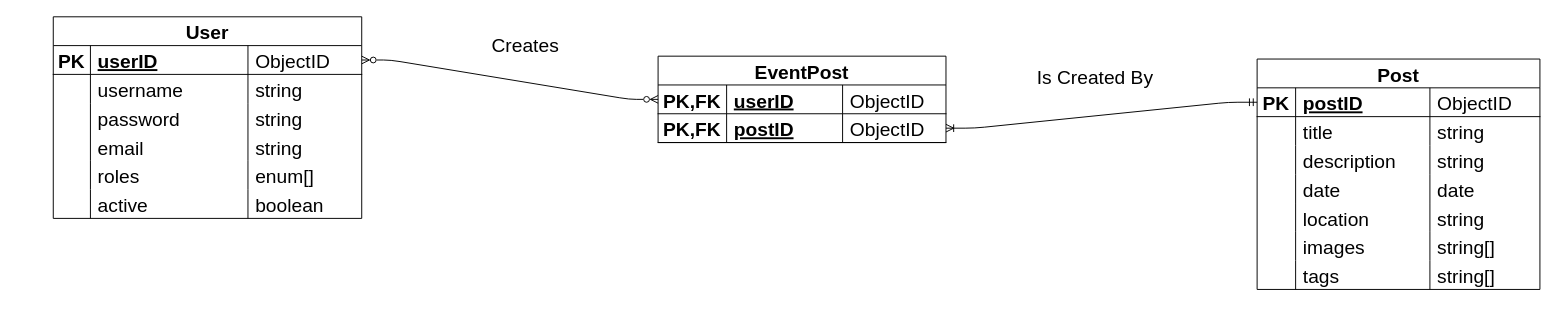
Before: _resources/ERD.drawio in ubcdsci/ubcdsci_website_ts, a draw.io diagram. Source tidied: cells renumbered, new cells numbered last; positions are measured from the earlier drawing's top-left corner, leaving out a move shared by most shapes. Both pictures are drawn from the tidied source at 96%, with x=0, y=0 at pixel (53, 16).
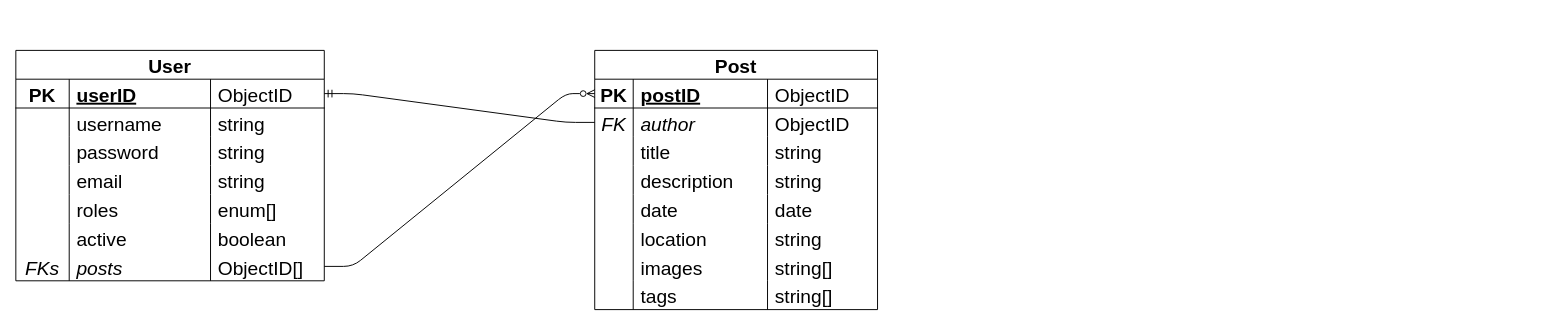
Above is the later version.

The change refers to these unchanged cells:
```xml
<mxCell id="3" style="shape=tableRow;horizontal=0;startSize=0;swimlaneHead=0;swimlaneBody=0;fillColor=none;points=[[0,0.5],[1,0.5]];portConstraint=eastwest;top=0;left=0;right=0;bottom=1;fontSize=20;" parent="2" vertex="1">
  <mxGeometry y="30" width="321.3" height="30" as="geometry" />
</mxCell>
<mxCell id="7" style="shape=tableRow;horizontal=0;startSize=0;swimlaneHead=0;swimlaneBody=0;fillColor=none;top=0;left=0;right=0;bottom=0;fontSize=20;" parent="2" vertex="1">
  <mxGeometry y="60" width="321.3" height="30" as="geometry" />
</mxCell>
<mxCell id="11" style="shape=tableRow;horizontal=0;startSize=0;swimlaneHead=0;swimlaneBody=0;fillColor=none;top=0;left=0;right=0;bottom=0;fontSize=20;" parent="2" vertex="1">
  <mxGeometry y="90" width="321.3" height="30" as="geometry" />
</mxCell>
<mxCell id="15" style="shape=tableRow;horizontal=0;startSize=0;swimlaneHead=0;swimlaneBody=0;fillColor=none;top=0;left=0;right=0;bottom=0;fontSize=20;" parent="2" vertex="1">
  <mxGeometry y="120" width="321.3" height="30" as="geometry" />
</mxCell>
<mxCell id="19" style="shape=tableRow;horizontal=0;startSize=0;swimlaneHead=0;swimlaneBody=0;fillColor=none;top=0;left=0;right=0;bottom=0;fontSize=20;" parent="2" vertex="1">
  <mxGeometry y="150" width="321.3" height="30" as="geometry" />
</mxCell>
<mxCell id="23" style="shape=tableRow;horizontal=0;startSize=0;swimlaneHead=0;swimlaneBody=0;fillColor=none;top=0;left=0;right=0;bottom=0;fontSize=20;" parent="2" vertex="1">
  <mxGeometry y="180" width="321.3" height="30" as="geometry" />
</mxCell>
<mxCell id="28" style="shape=tableRow;horizontal=0;startSize=0;swimlaneHead=0;swimlaneBody=0;fillColor=none;points=[[0,0.5],[1,0.5]];portConstraint=eastwest;top=0;left=0;right=0;bottom=1;fontSize=20;" parent="27" vertex="1">
  <mxGeometry y="30" width="294.6" height="30" as="geometry" />
</mxCell>
```

The edit, as a diff of the source:
```diff
@@
     <mxCell id="2" value="User" style="shape=table;startSize=30;childLayout=tableLayout;rowLines=0;fontStyle=1;align=center;fontSize=20;" parent="1" vertex="1">
-      <mxGeometry width="321.3" height="210" as="geometry" />
+      <mxGeometry x="-39" y="35" width="321.3" height="240" as="geometry" />
     </mxCell>
@@
     <mxCell id="4" value="PK" style="shape=partialRectangle;fillColor=none;top=0;left=0;bottom=0;right=0;fontStyle=1;overflow=hidden;fontSize=20;" parent="3" vertex="1">
-      <mxGeometry width="38.7" height="30" as="geometry" />
+      <mxGeometry width="55.6" height="30" as="geometry" />
     </mxCell>
     <mxCell id="5" value="userID" style="shape=partialRectangle;fillColor=none;top=0;left=0;bottom=0;right=0;align=left;spacingLeft=6;fontStyle=5;overflow=hidden;fontSize=20;" parent="3" vertex="1">
-      <mxGeometry x="38.7" width="164.1" height="30" as="geometry" />
+      <mxGeometry x="55.6" width="147.2" height="30" as="geometry" />
     </mxCell>
@@
     <mxCell id="8" style="shape=partialRectangle;fillColor=none;top=0;left=0;bottom=0;right=0;overflow=hidden;fontSize=20;" parent="7" vertex="1">
-      <mxGeometry width="38.7" height="30" as="geometry" />
+      <mxGeometry width="55.6" height="30" as="geometry" />
     </mxCell>
     <mxCell id="9" value="username" style="shape=partialRectangle;fillColor=none;top=0;left=0;bottom=0;right=0;align=left;spacingLeft=6;overflow=hidden;fontSize=20;" parent="7" vertex="1">
-      <mxGeometry x="38.7" width="164.1" height="30" as="geometry" />
+      <mxGeometry x="55.6" width="147.2" height="30" as="geometry" />
     </mxCell>
@@
     <mxCell id="12" style="shape=partialRectangle;fillColor=none;top=0;left=0;bottom=0;right=0;overflow=hidden;fontSize=20;" parent="11" vertex="1">
-      <mxGeometry width="38.7" height="30" as="geometry" />
+      <mxGeometry width="55.6" height="30" as="geometry" />
     </mxCell>
     <mxCell id="13" value="password" style="shape=partialRectangle;fillColor=none;top=0;left=0;bottom=0;right=0;align=left;spacingLeft=6;overflow=hidden;fontSize=20;" parent="11" vertex="1">
-      <mxGeometry x="38.7" width="164.1" height="30" as="geometry" />
+      <mxGeometry x="55.6" width="147.2" height="30" as="geometry" />
     </mxCell>
@@
     <mxCell id="16" style="shape=partialRectangle;fillColor=none;top=0;left=0;bottom=0;right=0;overflow=hidden;fontSize=20;" parent="15" vertex="1">
-      <mxGeometry width="38.7" height="30" as="geometry" />
+      <mxGeometry width="55.6" height="30" as="geometry" />
     </mxCell>
     <mxCell id="17" value="email" style="shape=partialRectangle;fillColor=none;top=0;left=0;bottom=0;right=0;align=left;spacingLeft=6;overflow=hidden;fontSize=20;" parent="15" vertex="1">
-      <mxGeometry x="38.7" width="164.1" height="30" as="geometry" />
+      <mxGeometry x="55.6" width="147.2" height="30" as="geometry" />
     </mxCell>
@@
     <mxCell id="20" style="shape=partialRectangle;fillColor=none;top=0;left=0;bottom=0;right=0;overflow=hidden;fontSize=20;" parent="19" vertex="1">
-      <mxGeometry width="38.7" height="30" as="geometry" />
+      <mxGeometry width="55.6" height="30" as="geometry" />
     </mxCell>
     <mxCell id="21" value="roles" style="shape=partialRectangle;fillColor=none;top=0;left=0;bottom=0;right=0;align=left;spacingLeft=6;overflow=hidden;fontSize=20;" parent="19" vertex="1">
-      <mxGeometry x="38.7" width="164.1" height="30" as="geometry" />
+      <mxGeometry x="55.6" width="147.2" height="30" as="geometry" />
     </mxCell>
@@
     <mxCell id="24" style="shape=partialRectangle;fillColor=none;top=0;left=0;bottom=0;right=0;overflow=hidden;fontSize=20;" parent="23" vertex="1">
-      <mxGeometry width="38.7" height="30" as="geometry" />
+      <mxGeometry width="55.6" height="30" as="geometry" />
     </mxCell>
     <mxCell id="25" value="active" style="shape=partialRectangle;fillColor=none;top=0;left=0;bottom=0;right=0;align=left;spacingLeft=6;overflow=hidden;fontSize=20;" parent="23" vertex="1">
-      <mxGeometry x="38.7" width="164.1" height="30" as="geometry" />
+      <mxGeometry x="55.6" width="147.2" height="30" as="geometry" />
     </mxCell>
@@
+    <mxCell id="69" style="shape=tableRow;horizontal=0;startSize=0;swimlaneHead=0;swimlaneBody=0;fillColor=none;points=[[0,0.5],[1,0.5]];portConstraint=eastwest;top=0;left=0;right=0;bottom=0;fontSize=20;" parent="2" vertex="1">
+      <mxGeometry y="210" width="321.3" height="30" as="geometry" />
+    </mxCell>
+    <mxCell id="70" value="FKs" style="shape=partialRectangle;fillColor=none;top=0;left=0;bottom=0;right=0;overflow=hidden;fontSize=20;fontStyle=2;" parent="69" vertex="1">
+      <mxGeometry width="55.6" height="30" as="geometry" />
+    </mxCell>
+    <mxCell id="71" value="posts" style="shape=partialRectangle;fillColor=none;top=0;left=0;bottom=0;right=0;align=left;spacingLeft=6;overflow=hidden;fontSize=20;fontStyle=2;" parent="69" vertex="1">
+      <mxGeometry x="55.6" width="147.2" height="30" as="geometry" />
+    </mxCell>
+    <mxCell id="72" value="ObjectID[]" style="shape=partialRectangle;fillColor=none;top=0;left=0;bottom=0;right=0;align=left;spacingLeft=6;overflow=hidden;fontSize=20;" parent="69" vertex="1">
+      <mxGeometry x="202.8" width="118.5" height="30" as="geometry" />
+    </mxCell>
     <mxCell id="27" value="Post" style="shape=table;startSize=30;childLayout=tableLayout;rowLines=0;fontStyle=1;align=center;fontSize=20;" parent="1" vertex="1">
-      <mxGeometry x="1254" y="44" width="294.6" height="240" as="geometry" />
+      <mxGeometry x="564" y="35" width="294.6" height="270" as="geometry" />
     </mxCell>
@@
+    <mxCell id="73" style="shape=tableRow;horizontal=0;startSize=0;swimlaneHead=0;swimlaneBody=0;fillColor=none;points=[[0,0.5],[1,0.5]];portConstraint=eastwest;top=0;left=0;right=0;bottom=0;fontSize=20;fontStyle=2;" parent="27" vertex="1">
+      <mxGeometry y="60" width="294.6" height="30" as="geometry" />
+    </mxCell>
+    <mxCell id="74" value="FK" style="shape=partialRectangle;fillColor=none;top=0;left=0;bottom=0;right=0;overflow=hidden;fontSize=20;fontStyle=2;" parent="73" vertex="1">
+      <mxGeometry width="40.1" height="30" as="geometry" />
+    </mxCell>
+    <mxCell id="75" value="author" style="shape=partialRectangle;fillColor=none;top=0;left=0;bottom=0;right=0;align=left;spacingLeft=6;overflow=hidden;fontSize=20;fontStyle=2;" parent="73" vertex="1">
+      <mxGeometry x="40.1" width="139.9" height="30" as="geometry" />
+    </mxCell>
+    <mxCell id="76" value="ObjectID" style="shape=partialRectangle;fillColor=none;top=0;left=0;bottom=0;right=0;align=left;spacingLeft=6;overflow=hidden;fontSize=20;" parent="73" vertex="1">
+      <mxGeometry x="180" width="114.6" height="30" as="geometry" />
+    </mxCell>
     <mxCell id="32" style="shape=tableRow;horizontal=0;startSize=0;swimlaneHead=0;swimlaneBody=0;fillColor=none;top=0;left=0;right=0;bottom=0;fontSize=20;" parent="27" vertex="1">
-      <mxGeometry y="60" width="294.6" height="30" as="geometry" />
+      <mxGeometry y="90" width="294.6" height="30" as="geometry" />
     </mxCell>
@@
     <mxCell id="36" style="shape=tableRow;horizontal=0;startSize=0;swimlaneHead=0;swimlaneBody=0;fillColor=none;top=0;left=0;right=0;bottom=0;fontSize=20;" parent="27" vertex="1">
-      <mxGeometry y="90" width="294.6" height="30" as="geometry" />
+      <mxGeometry y="120" width="294.6" height="30" as="geometry" />
     </mxCell>
@@
     <mxCell id="40" style="shape=tableRow;horizontal=0;startSize=0;swimlaneHead=0;swimlaneBody=0;fillColor=none;top=0;left=0;right=0;bottom=0;fontSize=20;" parent="27" vertex="1">
-      <mxGeometry y="120" width="294.6" height="30" as="geometry" />
+      <mxGeometry y="150" width="294.6" height="30" as="geometry" />
     </mxCell>
@@
     <mxCell id="44" style="shape=tableRow;horizontal=0;startSize=0;swimlaneHead=0;swimlaneBody=0;fillColor=none;top=0;left=0;right=0;bottom=0;fontSize=20;" parent="27" vertex="1">
-      <mxGeometry y="150" width="294.6" height="30" as="geometry" />
+      <mxGeometry y="180" width="294.6" height="30" as="geometry" />
     </mxCell>
@@
     <mxCell id="48" style="shape=tableRow;horizontal=0;startSize=0;swimlaneHead=0;swimlaneBody=0;fillColor=none;top=0;left=0;right=0;bottom=0;fontSize=20;" parent="27" vertex="1">
-      <mxGeometry y="180" width="294.6" height="30" as="geometry" />
+      <mxGeometry y="210" width="294.6" height="30" as="geometry" />
     </mxCell>
@@
     <mxCell id="52" style="shape=tableRow;horizontal=0;startSize=0;swimlaneHead=0;swimlaneBody=0;fillColor=none;top=0;left=0;right=0;bottom=0;fontSize=20;" parent="27" vertex="1">
-      <mxGeometry y="210" width="294.6" height="30" as="geometry" />
+      <mxGeometry y="240" width="294.6" height="30" as="geometry" />
     </mxCell>
@@
-    <mxCell id="56" value="EventPost" style="shape=table;startSize=30;childLayout=tableLayout;rowLines=0;fontStyle=1;align=center;fontSize=20;" parent="1" vertex="1">
-      <mxGeometry x="630" y="41" width="299.9" height="90" as="geometry" />
-    </mxCell>
-    <mxCell id="57" style="shape=tableRow;horizontal=0;startSize=0;swimlaneHead=0;swimlaneBody=0;fillColor=none;points=[[0,0.5],[1,0.5]];portConstraint=eastwest;top=0;left=0;right=0;bottom=1;fontSize=20;" parent="56" vertex="1">
-      <mxGeometry y="30" width="299.9" height="30" as="geometry" />
-    </mxCell>
-    <mxCell id="58" value="PK,FK" style="shape=partialRectangle;fillColor=none;top=0;left=0;bottom=0;right=0;fontStyle=1;overflow=hidden;fontSize=20;" parent="57" vertex="1">
-      <mxGeometry width="71.4" height="30" as="geometry" />
-    </mxCell>
-    <mxCell id="59" value="userID" style="shape=partialRectangle;fillColor=none;top=0;left=0;bottom=0;right=0;align=left;spacingLeft=6;fontStyle=5;overflow=hidden;fontSize=20;" parent="57" vertex="1">
-      <mxGeometry x="71.4" width="120.8" height="30" as="geometry" />
-    </mxCell>
-    <mxCell id="60" value="ObjectID" style="shape=partialRectangle;fillColor=none;top=0;left=0;bottom=0;right=0;align=left;spacingLeft=6;fontStyle=0;overflow=hidden;fontSize=20;" parent="57" vertex="1">
-      <mxGeometry x="192.2" width="107.7" height="30" as="geometry" />
-    </mxCell>
-    <mxCell id="61" style="shape=tableRow;horizontal=0;startSize=0;swimlaneHead=0;swimlaneBody=0;fillColor=none;points=[[0,0.5],[1,0.5]];portConstraint=eastwest;top=0;left=0;right=0;bottom=1;fontSize=20;" parent="56" vertex="1">
-      <mxGeometry y="60" width="299.9" height="30" as="geometry" />
-    </mxCell>
-    <mxCell id="62" value="PK,FK" style="shape=partialRectangle;fillColor=none;top=0;left=0;bottom=0;right=0;fontStyle=1;overflow=hidden;fontSize=20;" parent="61" vertex="1">
-      <mxGeometry width="71.4" height="30" as="geometry" />
-    </mxCell>
-    <mxCell id="63" value="postID" style="shape=partialRectangle;fillColor=none;top=0;left=0;bottom=0;right=0;align=left;spacingLeft=6;fontStyle=5;overflow=hidden;fontSize=20;" parent="61" vertex="1">
-      <mxGeometry x="71.4" width="120.8" height="30" as="geometry" />
-    </mxCell>
-    <mxCell id="64" value="ObjectID" style="shape=partialRectangle;fillColor=none;top=0;left=0;bottom=0;right=0;align=left;spacingLeft=6;fontStyle=0;overflow=hidden;fontSize=20;" parent="61" vertex="1">
-      <mxGeometry x="192.2" width="107.7" height="30" as="geometry" />
-    </mxCell>
-    <mxCell id="65" style="edgeStyle=entityRelationEdgeStyle;html=1;exitX=1;exitY=0.5;exitDx=0;exitDy=0;entryX=0;entryY=0.5;entryDx=0;entryDy=0;fontSize=20;endArrow=ERzeroToMany;endFill=0;elbow=vertical;startArrow=ERzeroToMany;startFill=0;strokeWidth=1;" parent="1" edge="1" source="3" target="57">
-      <mxGeometry relative="1" as="geometry" />
-    </mxCell>
-    <mxCell id="66" style="edgeStyle=entityRelationEdgeStyle;html=1;exitX=1;exitY=0.5;exitDx=0;exitDy=0;entryX=0;entryY=0.5;entryDx=0;entryDy=0;fontSize=20;endArrow=ERmandOne;endFill=0;elbow=vertical;startArrow=ERoneToMany;startFill=0;" parent="1" edge="1" source="61" target="28">
-      <mxGeometry relative="1" as="geometry" />
-    </mxCell>
-    <mxCell id="67" value="Creates" style="text;strokeColor=none;align=center;fillColor=none;html=1;verticalAlign=middle;whiteSpace=wrap;rounded=0;fontSize=20;" parent="1" vertex="1">
-      <mxGeometry x="462" y="14" width="60" height="30" as="geometry" />
-    </mxCell>
-    <mxCell id="68" value="Is Created By" style="text;strokeColor=none;align=center;fillColor=none;html=1;verticalAlign=middle;whiteSpace=wrap;rounded=0;fontSize=20;" parent="1" vertex="1">
-      <mxGeometry x="1019" y="47" width="133" height="30" as="geometry" />
-    </mxCell>
+    <mxCell id="77" style="edgeStyle=entityRelationEdgeStyle;html=1;exitX=1;exitY=0.5;exitDx=0;exitDy=0;entryX=0;entryY=0.5;entryDx=0;entryDy=0;startArrow=none;startFill=0;endArrow=ERzeroToMany;endFill=0;" parent="1" edge="1" source="69" target="28">
+      <mxGeometry relative="1" as="geometry" />
+    </mxCell>
+    <mxCell id="78" style="edgeStyle=entityRelationEdgeStyle;html=1;exitX=1;exitY=0.5;exitDx=0;exitDy=0;entryX=0;entryY=0.5;entryDx=0;entryDy=0;startArrow=ERmandOne;startFill=0;endArrow=none;endFill=0;" parent="1" edge="1" source="3" target="73">
+      <mxGeometry relative="1" as="geometry" />
+    </mxCell>
```
